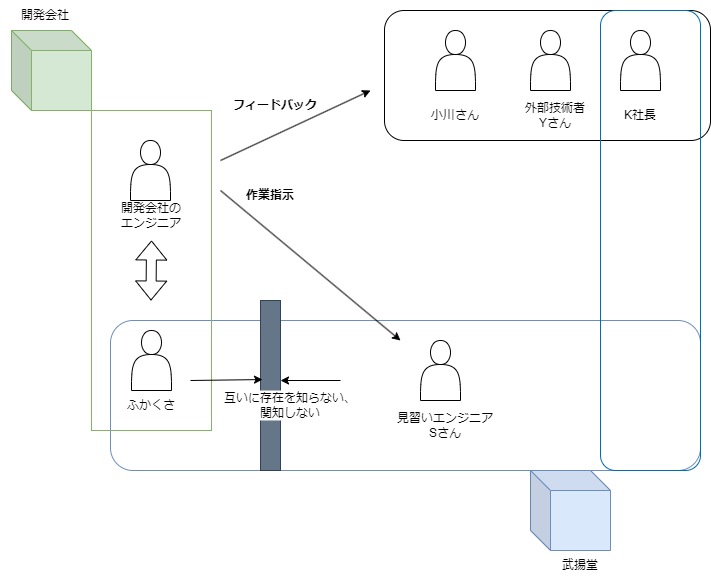
Earlier version of the draw.io export 提案概要.drawio.png (buyodo/webgis-doc). Source tidied: cells renumbered, new cells last; positions are measured from the earlier drawing's top-left corner, leaving out a move shared by most shapes.
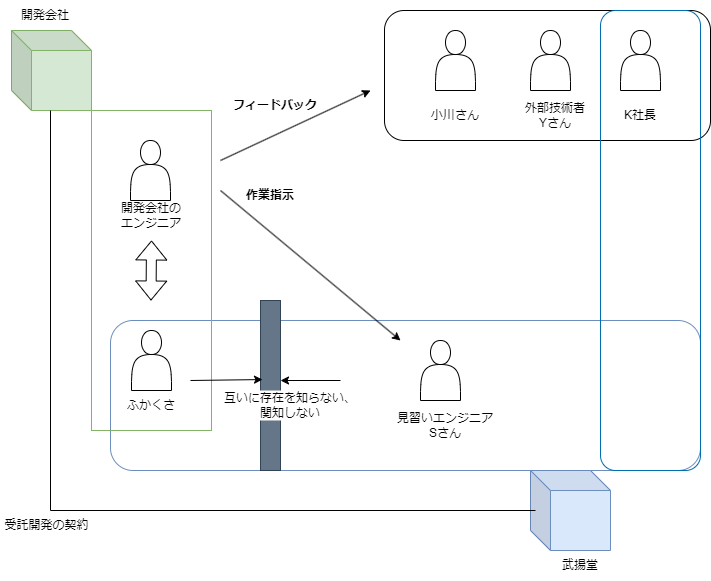
After the commit.

Commit message:
提案概要.drawio.png を更新します

What changed in the source:
```diff
@@ -103,5 +103,11 @@
     <mxCell id="30" style="rounded=1;whiteSpace=wrap;html=1;fillColor=none;fontColor=#ffffff;strokeColor=#006EAF;rotation=90;" parent="1" vertex="1">
       <mxGeometry x="420" y="190" width="460" height="100" as="geometry" />
     </mxCell>
+    <mxCell id="31" style="shape=partialRectangle;whiteSpace=wrap;html=1;bottom=0;right=0;fillColor=none;rotation=-90;" parent="1" vertex="1">
+      <mxGeometry x="92.5" y="67.5" width="400" height="485" as="geometry" />
+    </mxCell>
+    <mxCell id="32" value="受託開発の契約" style="text;html=1;strokeColor=none;fillColor=none;align=center;verticalAlign=middle;whiteSpace=wrap;rounded=0;" parent="1" vertex="1">
+      <mxGeometry x="2" y="510" width="89" height="30" as="geometry" />
+    </mxCell>
   </root>
 </mxGraphModel>
```
